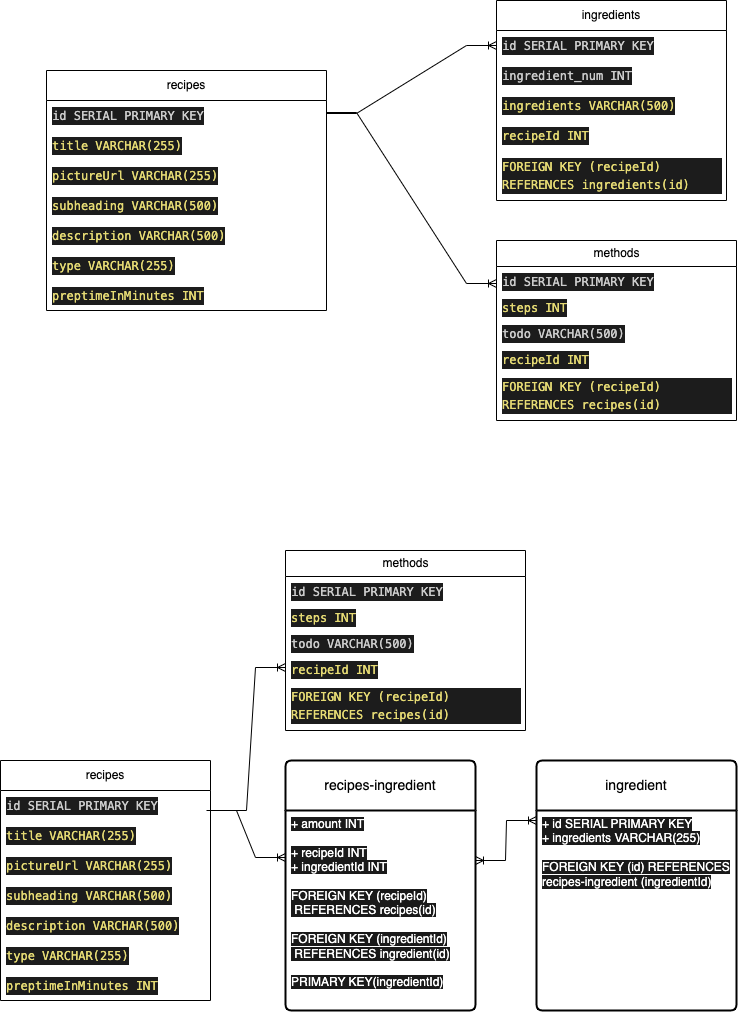
Before: images/cookbook.png, a diagram exported from draw.io (Subaru-Goto/contentful-to-postgre). Source tidied: cells renumbered, new cells last; positions are measured from the earlier drawing's top-left corner, leaving out a move shared by most shapes.
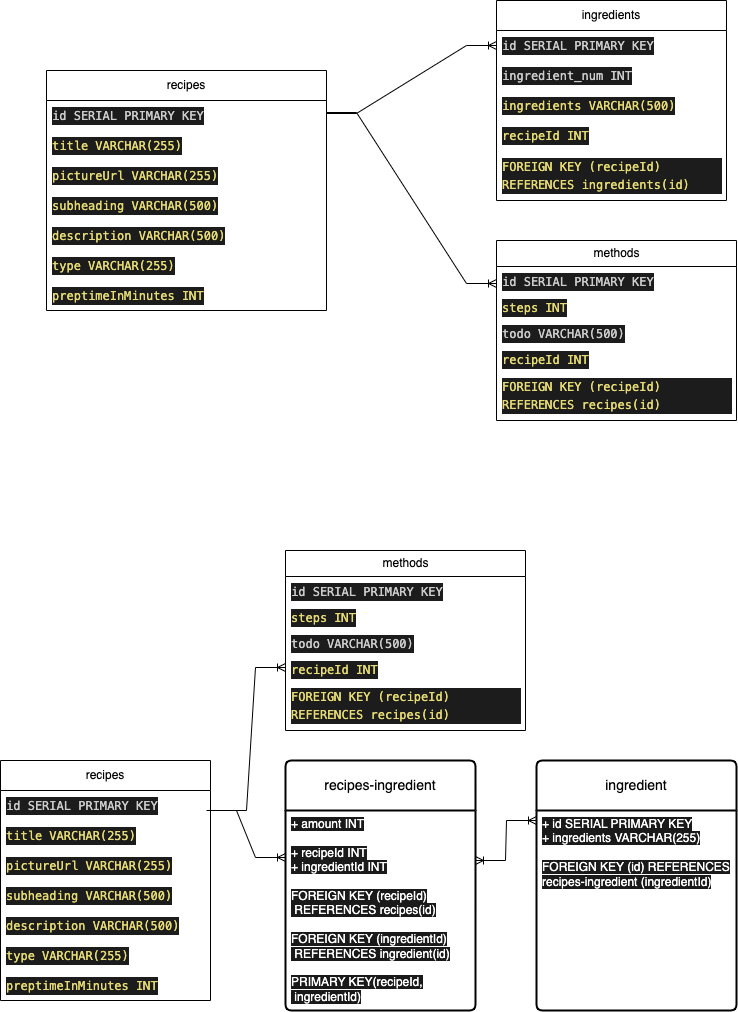
The same file after the commit.

Commit message:
add primarykey with a combination of recipe and ingredientid

The edit, as a diff of the source:
```diff
@@ -89,7 +89,7 @@
     <mxCell id="30" value="recipes-ingredient" style="swimlane;horizontal=1;startSize=50;rounded=1;fontSize=14;fontStyle=0;strokeWidth=2;shadow=0;dashed=0;align=center;arcSize=4;whiteSpace=wrap;html=1;" parent="1" vertex="1">
       <mxGeometry x="285" y="760" width="190" height="250" as="geometry" />
     </mxCell>
-    <mxCell id="31" value="&lt;span style=&quot;background-color: rgb(26, 26, 26);&quot;&gt;&lt;font color=&quot;#ffffff&quot;&gt;+ amount INT&lt;br&gt;&lt;br&gt;+ recipeId INT&lt;br style=&quot;border-color: var(--border-color);&quot;&gt;+ ingredientId INT&lt;br&gt;&lt;br&gt;FOREIGN KEY (recipeId)&lt;br&gt;&amp;nbsp;REFERENCES recipes(id)&lt;br&gt;&lt;br&gt;FOREIGN KEY (ingredientId)&lt;br style=&quot;border-color: var(--border-color);&quot;&gt;&amp;nbsp;REFERENCES ingredient(id)&lt;br style=&quot;border-color: var(--border-color);&quot;&gt;&lt;br&gt;PRIMARY KEY(ingredientId)&lt;/font&gt;&lt;/span&gt;" style="align=left;strokeColor=none;fillColor=none;spacingLeft=4;fontSize=12;verticalAlign=top;html=1;" parent="30" vertex="1">
+    <mxCell id="31" value="&lt;span style=&quot;background-color: rgb(26, 26, 26);&quot;&gt;&lt;font color=&quot;#ffffff&quot;&gt;+ amount INT&lt;br&gt;&lt;br&gt;+ recipeId INT&lt;br style=&quot;border-color: var(--border-color);&quot;&gt;+ ingredientId INT&lt;br&gt;&lt;br&gt;FOREIGN KEY (recipeId)&lt;br&gt;&amp;nbsp;REFERENCES recipes(id)&lt;br&gt;&lt;br&gt;FOREIGN KEY (ingredientId)&lt;br style=&quot;border-color: var(--border-color);&quot;&gt;&amp;nbsp;REFERENCES ingredient(id)&lt;br style=&quot;border-color: var(--border-color);&quot;&gt;&lt;br&gt;PRIMARY KEY(recipeId,&lt;br&gt;&amp;nbsp;ingredientId)&lt;/font&gt;&lt;/span&gt;" style="align=left;strokeColor=none;fillColor=none;spacingLeft=4;fontSize=12;verticalAlign=top;html=1;" parent="30" vertex="1">
       <mxGeometry y="50" width="190" height="200" as="geometry" />
     </mxCell>
     <mxCell id="32" value="ingredient" style="swimlane;horizontal=1;startSize=50;rounded=1;fontSize=14;fontStyle=0;strokeWidth=2;shadow=0;dashed=0;align=center;arcSize=4;whiteSpace=wrap;html=1;" parent="1" vertex="1">
```
